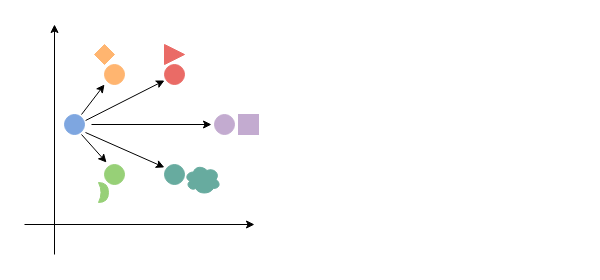
The draw.io diagram WACV1Diagram.drawio in limengzhu3211/draw, before the edit. Source tidied: cells renumbered, new cells numbered last; positions are measured from the earlier drawing's top-left corner, leaving out a move shared by most shapes. Both pictures are drawn from the tidied source at 100%, with x=0, y=0 at pixel (24, 24).
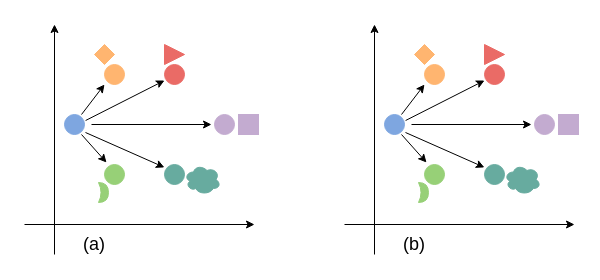
The same page after the edit.

Change to the diagram source:
```diff
@@
+    <mxCell id="20" style="endArrow=classic;html=1;" parent="1" edge="1">
+      <mxGeometry relative="1" as="geometry">
+        <mxPoint x="350" y="230" as="sourcePoint" />
+        <mxPoint x="350" as="targetPoint" />
+      </mxGeometry>
+    </mxCell>
+    <mxCell id="21" style="endArrow=classic;html=1;" parent="1" edge="1">
+      <mxGeometry relative="1" as="geometry">
+        <mxPoint x="320" y="200" as="sourcePoint" />
+        <mxPoint x="550" y="200" as="targetPoint" />
+      </mxGeometry>
+    </mxCell>
+    <mxCell id="22" style="ellipse;whiteSpace=wrap;html=1;fillColor=#7EA6E0;strokeColor=#7EA6E0;" parent="1" vertex="1">
+      <mxGeometry x="360" y="90" width="20" height="20" as="geometry" />
+    </mxCell>
+    <mxCell id="23" style="ellipse;whiteSpace=wrap;html=1;fillColor=#FFB570;strokeColor=#FFB570;" parent="1" vertex="1">
+      <mxGeometry x="400" y="40" width="20" height="20" as="geometry" />
+    </mxCell>
+    <mxCell id="24" style="ellipse;whiteSpace=wrap;html=1;strokeColor=#97D077;fillColor=#97D077;" parent="1" vertex="1">
+      <mxGeometry x="400" y="140" width="20" height="20" as="geometry" />
+    </mxCell>
+    <mxCell id="25" style="ellipse;whiteSpace=wrap;html=1;fillColor=#EA6B66;strokeColor=#EA6B66;" parent="1" vertex="1">
+      <mxGeometry x="460" y="40" width="20" height="20" as="geometry" />
+    </mxCell>
+    <mxCell id="26" style="ellipse;whiteSpace=wrap;html=1;strokeColor=#67AB9F;fillColor=#67AB9F;" parent="1" vertex="1">
+      <mxGeometry x="460" y="140" width="20" height="20" as="geometry" />
+    </mxCell>
+    <mxCell id="27" style="endArrow=classic;html=1;exitX=1;exitY=1;exitDx=0;exitDy=0;exitPerimeter=0;" parent="1" edge="1">
+      <mxGeometry relative="1" as="geometry">
+        <mxPoint x="377" y="110" as="sourcePoint" />
+        <mxPoint x="402" y="138" as="targetPoint" />
+      </mxGeometry>
+    </mxCell>
+    <mxCell id="28" style="endArrow=classic;html=1;" parent="1" edge="1">
+      <mxGeometry relative="1" as="geometry">
+        <mxPoint x="377" y="90" as="sourcePoint" />
+        <mxPoint x="400" y="60" as="targetPoint" />
+      </mxGeometry>
+    </mxCell>
+    <mxCell id="29" style="endArrow=classic;html=1;entryX=0;entryY=0;entryDx=0;entryDy=0;exitX=1.2;exitY=0.9;exitDx=0;exitDy=0;exitPerimeter=0;" parent="1" edge="1">
+      <mxGeometry relative="1" as="geometry">
+        <mxPoint x="381" y="108" as="sourcePoint" />
+        <mxPoint x="459.9" y="142.9" as="targetPoint" />
+      </mxGeometry>
+    </mxCell>
+    <mxCell id="30" style="endArrow=classic;html=1;exitX=1.2;exitY=0.9;exitDx=0;exitDy=0;exitPerimeter=0;" parent="1" edge="1">
+      <mxGeometry relative="1" as="geometry">
+        <mxPoint x="381.1" y="96" as="sourcePoint" />
+        <mxPoint x="460" y="56" as="targetPoint" />
+      </mxGeometry>
+    </mxCell>
+    <mxCell id="31" style="rhombus;whiteSpace=wrap;html=1;fillColor=#FFB570;strokeColor=#FFB570;" parent="1" vertex="1">
+      <mxGeometry x="390" y="20" width="20" height="20" as="geometry" />
+    </mxCell>
+    <mxCell id="32" style="triangle;whiteSpace=wrap;html=1;fillColor=#EA6B66;strokeColor=#EA6B66;" parent="1" vertex="1">
+      <mxGeometry x="460" y="20" width="20" height="20" as="geometry" />
+    </mxCell>
+    <mxCell id="33" style="rounded=0;whiteSpace=wrap;html=1;strokeColor=#C3ABD0;fillColor=#C3ABD0;" parent="1" vertex="1">
+      <mxGeometry x="534" y="90" width="20" height="20" as="geometry" />
+    </mxCell>
+    <mxCell id="34" style="ellipse;whiteSpace=wrap;html=1;fillColor=#C3ABD0;strokeColor=#C3ABD0;" parent="1" vertex="1">
+      <mxGeometry x="510" y="90" width="20" height="20" as="geometry" />
+    </mxCell>
+    <mxCell id="35" style="endArrow=classic;html=1;exitX=1;exitY=0.5;exitDx=0;exitDy=0;" parent="1" edge="1">
+      <mxGeometry relative="1" as="geometry">
+        <mxPoint x="387" y="100" as="sourcePoint" />
+        <mxPoint x="507" y="100" as="targetPoint" />
+      </mxGeometry>
+    </mxCell>
+    <mxCell id="36" style="ellipse;shape=cloud;whiteSpace=wrap;html=1;fillColor=#67AB9F;strokeColor=#67AB9F;" parent="1" vertex="1">
+      <mxGeometry x="480" y="140" width="36" height="30" as="geometry" />
+    </mxCell>
+    <mxCell id="37" style="shape=xor;whiteSpace=wrap;html=1;fillColor=#97D077;strokeColor=#97D077;" parent="1" vertex="1">
+      <mxGeometry x="394" y="158" width="10" height="20" as="geometry" />
+    </mxCell>
+    <mxCell id="38" value="&lt;font style=&quot;font-size: 18px&quot;&gt;(a)&lt;/font&gt;" style="text;html=1;strokeColor=none;fillColor=none;align=center;verticalAlign=middle;whiteSpace=wrap;rounded=0;" parent="1" vertex="1">
+      <mxGeometry x="50" y="210" width="40" height="20" as="geometry" />
+    </mxCell>
+    <mxCell id="39" value="&lt;font style=&quot;font-size: 18px&quot;&gt;(b)&lt;/font&gt;" style="text;html=1;strokeColor=none;fillColor=none;align=center;verticalAlign=middle;whiteSpace=wrap;rounded=0;" parent="1" vertex="1">
+      <mxGeometry x="370" y="210" width="40" height="20" as="geometry" />
+    </mxCell>
```
